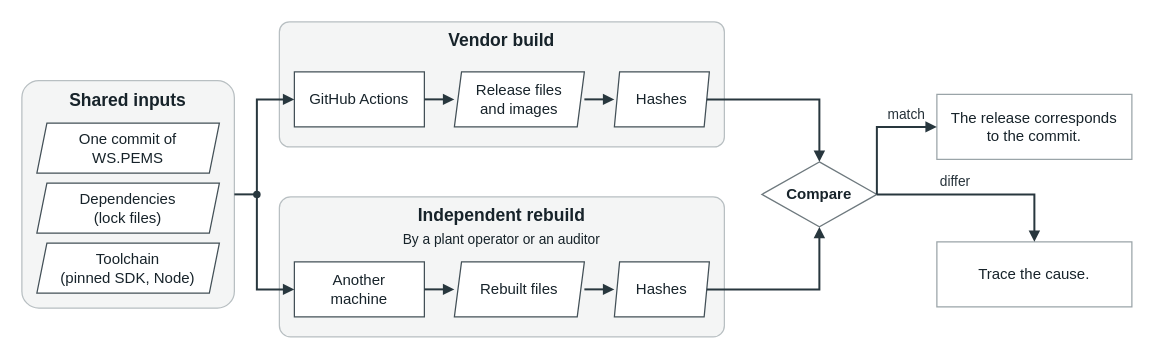
Before: 1-ws-pems/figures/rq1-verification.drawio in leosakharoff/dotnet-rebuild-experiments, a draw.io diagram. Source tidied: cells renumbered, new cells numbered last; positions are measured from the earlier drawing's top-left corner, leaving out a move shared by most shapes. Both pictures are drawn from the tidied source at 125%, with x=0, y=0 at pixel (21, 21).
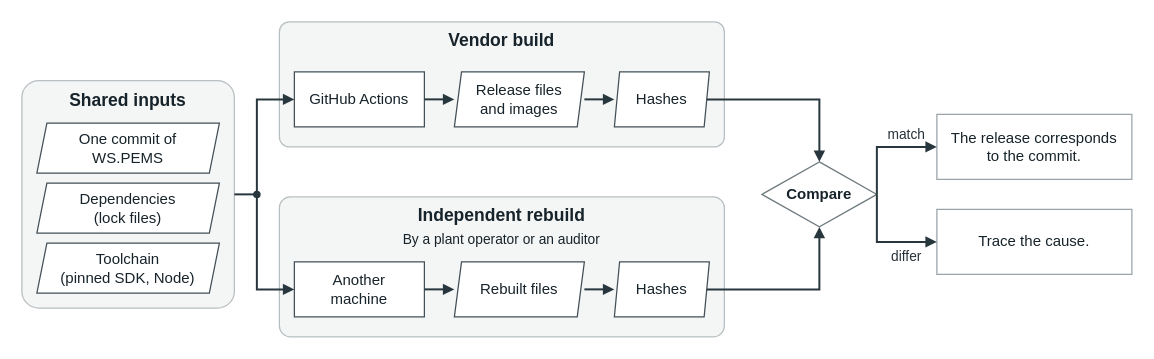
After the change.

Commit message (it also covers changes not shown here):
RQ1 verification figure: match and differ arrows as mirror images

Unchanged cells that the change refers to:
```xml
<mxCell id="26" value="&lt;b&gt;Compare&lt;/b&gt;" style="html=1;whiteSpace=wrap;align=center;verticalAlign=middle;spacing=2;fontFamily=Helvetica;fontSize=12;fontColor=#17232a;strokeColor=#6e797e;strokeWidth=1;fillColor=#ffffff;shape=rhombus;fillColor=#ffffff;strokeColor=#6e797e;spacing=0;" parent="1" vertex="1">
  <mxGeometry x="592" y="112" width="92" height="52" as="geometry" />
</mxCell>
```

The edit, as a diff of the source:
```diff
@@
     <mxCell id="29" value="The release corresponds&lt;br&gt;to the commit." style="html=1;whiteSpace=wrap;align=center;verticalAlign=middle;spacing=2;fontFamily=Helvetica;fontSize=12;fontColor=#17232a;strokeColor=#9aa4a8;strokeWidth=1;fillColor=#ffffff;strokeColor=#9aa4a8;" parent="1" vertex="1">
-      <mxGeometry x="732" y="58" width="156" height="52" as="geometry" />
+      <mxGeometry x="732" y="74" width="156" height="52" as="geometry" />
     </mxCell>
     <mxCell id="30" style="html=1;edgeStyle=none;rounded=0;jumpStyle=none;endArrow=block;endSize=5;endFill=1;strokeColor=#28373e;strokeWidth=1.6;exitX=1;exitY=0.5;entryX=0;entryY=0.5;entryPerimeter=0;exitPerimeter=0;" parent="1" edge="1" source="26" target="29">
       <mxGeometry relative="1" as="geometry">
         <Array as="points">
-          <mxPoint x="684" y="84" />
+          <mxPoint x="684" y="100" />
         </Array>
       </mxGeometry>
     </mxCell>
     <mxCell id="31" value="Trace the cause." style="html=1;whiteSpace=wrap;align=center;verticalAlign=middle;spacing=2;fontFamily=Helvetica;fontSize=12;fontColor=#17232a;strokeColor=#9aa4a8;strokeWidth=1;fillColor=#ffffff;strokeColor=#9aa4a8;" parent="1" vertex="1">
-      <mxGeometry x="732" y="176" width="156" height="52" as="geometry" />
+      <mxGeometry x="732" y="150" width="156" height="52" as="geometry" />
     </mxCell>
-    <mxCell id="32" style="html=1;edgeStyle=none;rounded=0;jumpStyle=none;endArrow=block;endSize=5;endFill=1;strokeColor=#28373e;strokeWidth=1.6;exitX=1;exitY=0.5;entryX=0.5;entryY=0;entryPerimeter=0;exitPerimeter=0;" parent="1" edge="1" source="26" target="31">
+    <mxCell id="32" style="html=1;edgeStyle=none;rounded=0;jumpStyle=none;endArrow=block;endSize=5;endFill=1;strokeColor=#28373e;strokeWidth=1.6;exitX=1;exitY=0.5;entryX=0;entryY=0.5;entryPerimeter=0;exitPerimeter=0;" parent="1" edge="1" source="26" target="31">
       <mxGeometry relative="1" as="geometry">
         <Array as="points">
-          <mxPoint x="810" y="138" />
+          <mxPoint x="684" y="176" />
         </Array>
       </mxGeometry>
     </mxCell>
     <mxCell id="33" value="match" style="html=1;whiteSpace=wrap;align=left;verticalAlign=middle;spacing=1;fontFamily=Helvetica;fontSize=11;fontColor=#253139;fillColor=#ffffff;strokeColor=#79868c;strokeWidth=1;fillColor=none;strokeColor=none;align=center;" parent="1" vertex="1">
-      <mxGeometry x="686" y="66" width="44" height="16" as="geometry" />
+      <mxGeometry x="686" y="82" width="44" height="16" as="geometry" />
     </mxCell>
     <mxCell id="34" value="differ" style="html=1;whiteSpace=wrap;align=left;verticalAlign=middle;spacing=1;fontFamily=Helvetica;fontSize=11;fontColor=#253139;fillColor=#ffffff;strokeColor=#79868c;strokeWidth=1;fillColor=none;strokeColor=none;align=center;" parent="1" vertex="1">
-      <mxGeometry x="722" y="120" width="50" height="16" as="geometry" />
+      <mxGeometry x="686" y="180" width="44" height="16" as="geometry" />
     </mxCell>
```
